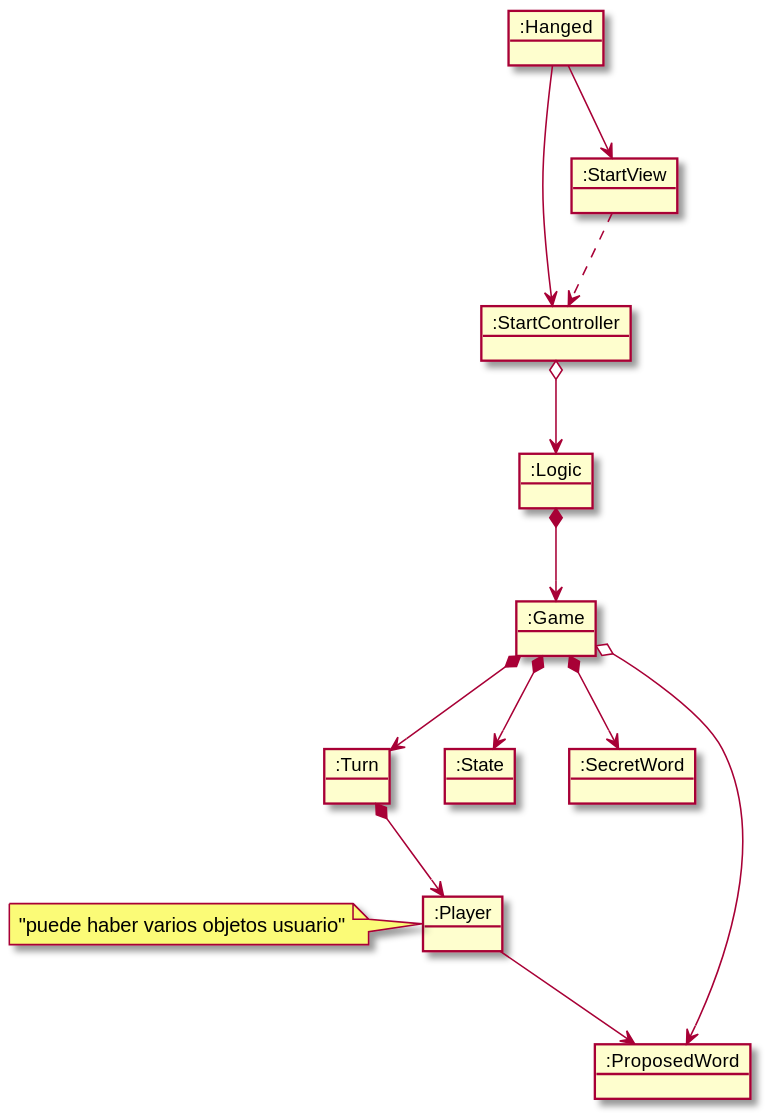
The PlantUML diagram requirements/images/InitalState.svg in jumpering/Hanged, before a commit.
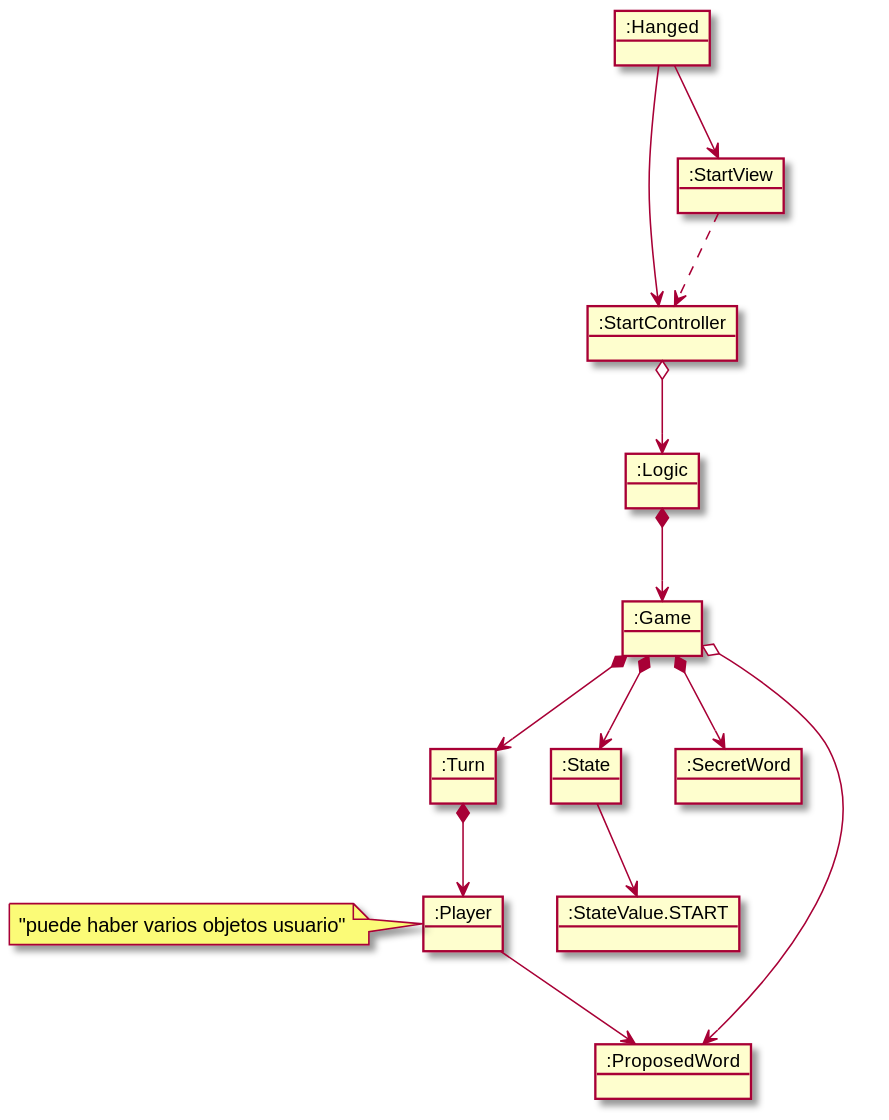
After the change.

Change to the diagram source:
```diff
@@ -9,6 +9,7 @@
 Object ":StartView" as StartView
 Object ":SecretWord" as SecretWord
 Object ":ProposedWord" as ProposedWord
+Object ":StateValue.START" as StateValue
 
 
 
@@ -20,6 +21,7 @@
 Game *--> Turn
 Game *--> State
 Game *--> SecretWord
+State --> StateValue
 Turn *--> Player
 note left: "puede haber varios objetos usuario"
 Player --> ProposedWord
```
